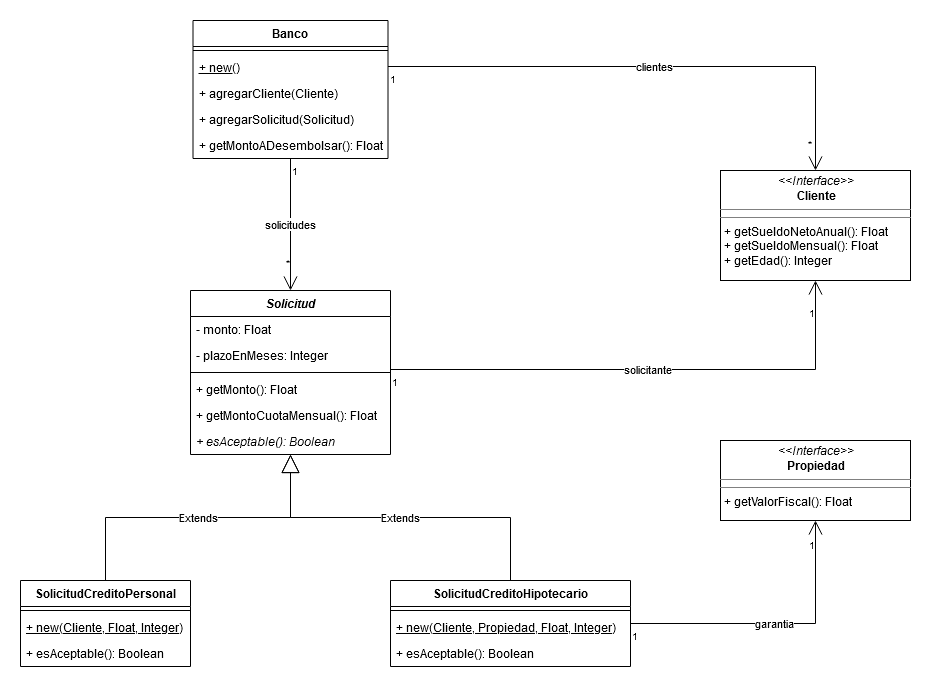
Above: docs/tp05_solid/uml-02-sistema-bancario.png in pablospizzamiglio/unq-po2 (draw.io), before the change. Source tidied: cells renumbered, new cells last; positions are measured from the earlier drawing's top-left corner, leaving out a move shared by most shapes.
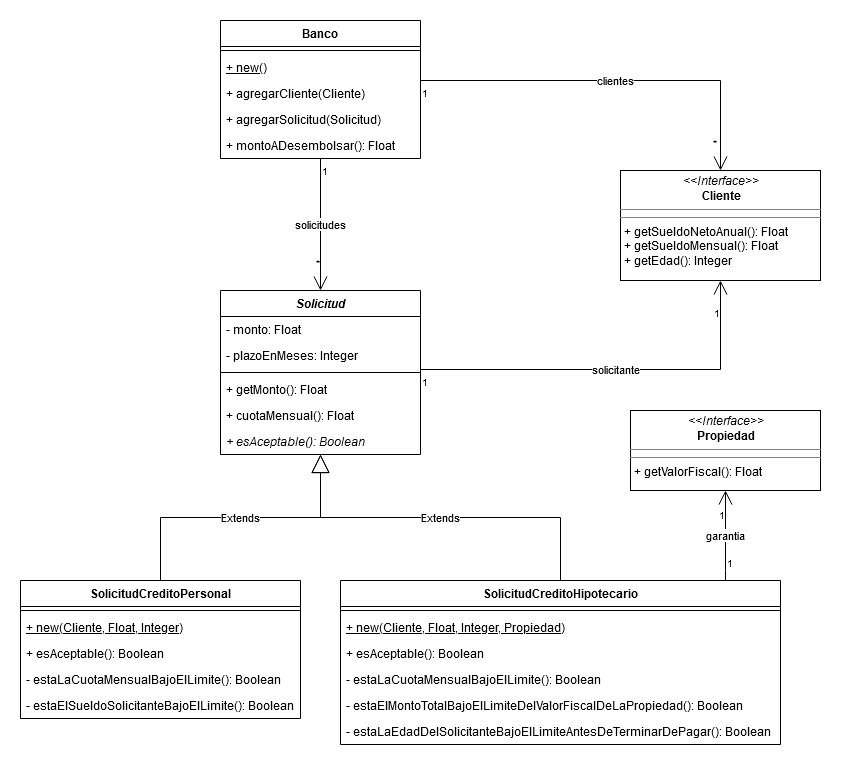
Above is the later version.

Diff of the diagram source:
```diff
@@ -2,10 +2,31 @@
   <root>
     <mxCell id="0" />
     <mxCell id="1" parent="0" />
+    <mxCell id="18" value="SolicitudCreditoHipotecario" style="swimlane;fontStyle=1;align=center;verticalAlign=top;horizontal=1;startSize=26;" parent="1" vertex="1">
+      <mxGeometry x="320" y="560" width="440" height="164" as="geometry" />
+    </mxCell>
+    <mxCell id="19" style="line;strokeWidth=1;fillColor=none;align=left;verticalAlign=middle;spacingTop=-1;spacingLeft=3;spacingRight=3;labelPosition=right;" parent="18" vertex="1">
+      <mxGeometry y="26" width="440" height="8" as="geometry" />
+    </mxCell>
+    <mxCell id="20" value="+ new(Cliente, Float, Integer, Propiedad)" style="text;strokeColor=none;fillColor=none;align=left;verticalAlign=top;spacingLeft=4;spacingRight=4;overflow=hidden;fontStyle=4;" parent="18" vertex="1">
+      <mxGeometry y="34" width="440" height="26" as="geometry" />
+    </mxCell>
+    <mxCell id="21" value="+ esAceptable(): Boolean" style="text;strokeColor=none;fillColor=none;align=left;verticalAlign=top;spacingLeft=4;spacingRight=4;overflow=hidden;" parent="18" vertex="1">
+      <mxGeometry y="60" width="440" height="26" as="geometry" />
+    </mxCell>
+    <mxCell id="39" value="- estaLaCuotaMensualBajoElLimite(): Boolean" style="text;strokeColor=none;fillColor=none;align=left;verticalAlign=top;spacingLeft=4;spacingRight=4;overflow=hidden;" parent="18" vertex="1">
+      <mxGeometry y="86" width="440" height="26" as="geometry" />
+    </mxCell>
+    <mxCell id="40" value="- estaElMontoTotalBajoElLimiteDelValorFiscalDeLaPropiedad(): Boolean" style="text;strokeColor=none;fillColor=none;align=left;verticalAlign=top;spacingLeft=4;spacingRight=4;overflow=hidden;" parent="18" vertex="1">
+      <mxGeometry y="112" width="440" height="26" as="geometry" />
+    </mxCell>
+    <mxCell id="41" value="- estaLaEdadDelSolicitanteBajoElLimiteAntesDeTerminarDePagar(): Boolean" style="text;strokeColor=none;fillColor=none;align=left;verticalAlign=top;spacingLeft=4;spacingRight=4;overflow=hidden;" parent="18" vertex="1">
+      <mxGeometry y="138" width="440" height="26" as="geometry" />
+    </mxCell>
     <mxCell id="2" value="clientes" style="endArrow=open;html=1;endSize=12;startArrow=none;startSize=14;startFill=0;edgeStyle=orthogonalEdgeStyle;rounded=0;" parent="1" edge="1" source="26" target="16">
       <mxGeometry relative="1" as="geometry">
         <Array as="points">
-          <mxPoint x="795" y="46" />
+          <mxPoint x="700" y="60" />
         </Array>
       </mxGeometry>
     </mxCell>
@@ -20,7 +41,7 @@
     <mxCell id="5" value="solicitante" style="endArrow=open;html=1;endSize=12;startArrow=none;startSize=14;startFill=0;edgeStyle=orthogonalEdgeStyle;rounded=0;" parent="1" edge="1" source="32" target="16">
       <mxGeometry relative="1" as="geometry">
         <Array as="points">
-          <mxPoint x="795" y="349" />
+          <mxPoint x="700" y="349" />
         </Array>
       </mxGeometry>
     </mxCell>
@@ -33,10 +54,17 @@
       </mxGeometry>
     </mxCell>
     <mxCell id="8" value="garantia" style="endArrow=open;html=1;endSize=12;startArrow=none;startSize=14;startFill=0;edgeStyle=orthogonalEdgeStyle;rounded=0;" parent="1" edge="1" source="18" target="17">
-      <mxGeometry relative="1" as="geometry" />
+      <mxGeometry relative="1" as="geometry">
+        <Array as="points">
+          <mxPoint x="705" y="550" />
+          <mxPoint x="705" y="550" />
+        </Array>
+      </mxGeometry>
     </mxCell>
     <mxCell id="9" value="1" style="html=1;align=left;verticalAlign=top;labelBackgroundColor=#ffffff;fontSize=10;" parent="8" vertex="1">
-      <mxGeometry x="-1" relative="1" as="geometry" />
+      <mxGeometry x="-1" relative="1" as="geometry">
+        <mxPoint y="-30" as="offset" />
+      </mxGeometry>
     </mxCell>
     <mxCell id="10" value="1" style="html=1;align=right;verticalAlign=top;labelBackgroundColor=#ffffff;fontSize=10;" parent="8" vertex="1">
       <mxGeometry x="1" relative="1" as="geometry">
@@ -61,55 +89,31 @@
       </mxGeometry>
     </mxCell>
     <mxCell id="16" value="&lt;p style=&quot;margin: 0px ; margin-top: 4px ; text-align: center&quot;&gt;&lt;i&gt;&amp;lt;&amp;lt;Interface&amp;gt;&amp;gt;&lt;/i&gt;&lt;br&gt;&lt;b&gt;Cliente&lt;/b&gt;&lt;/p&gt;&lt;hr size=&quot;1&quot;&gt;&lt;hr size=&quot;1&quot;&gt;&lt;p style=&quot;margin: 0px ; margin-left: 4px&quot;&gt;+ getSueldoNetoAnual(): Float&lt;/p&gt;&lt;p style=&quot;margin: 0px ; margin-left: 4px&quot;&gt;+ getSueldoMensual(): Float&lt;/p&gt;&lt;p style=&quot;margin: 0px ; margin-left: 4px&quot;&gt;+ getEdad(): Integer&lt;/p&gt;" style="verticalAlign=top;align=left;overflow=fill;fontSize=12;fontFamily=Helvetica;html=1;" parent="1" vertex="1">
-      <mxGeometry x="700" y="150" width="190" height="110" as="geometry" />
+      <mxGeometry x="600" y="150" width="200" height="110" as="geometry" />
     </mxCell>
     <mxCell id="17" value="&lt;p style=&quot;margin: 0px ; margin-top: 4px ; text-align: center&quot;&gt;&lt;i&gt;&amp;lt;&amp;lt;Interface&amp;gt;&amp;gt;&lt;/i&gt;&lt;br&gt;&lt;b&gt;Propiedad&lt;/b&gt;&lt;/p&gt;&lt;hr size=&quot;1&quot;&gt;&lt;hr size=&quot;1&quot;&gt;&lt;p style=&quot;margin: 0px ; margin-left: 4px&quot;&gt;+ getValorFiscal(): Float&lt;br&gt;&lt;/p&gt;" style="verticalAlign=top;align=left;overflow=fill;fontSize=12;fontFamily=Helvetica;html=1;" parent="1" vertex="1">
-      <mxGeometry x="700" y="420" width="190" height="80" as="geometry" />
+      <mxGeometry x="610" y="390" width="190" height="80" as="geometry" />
     </mxCell>
-    <mxCell id="18" value="SolicitudCreditoHipotecario" style="swimlane;fontStyle=1;align=center;verticalAlign=top;horizontal=1;startSize=26;" parent="1" vertex="1">
-      <mxGeometry x="370" y="560" width="240" height="86" as="geometry" />
-    </mxCell>
-    <mxCell id="19" style="line;strokeWidth=1;fillColor=none;align=left;verticalAlign=middle;spacingTop=-1;spacingLeft=3;spacingRight=3;labelPosition=right;" parent="18" vertex="1">
-      <mxGeometry y="26" width="240" height="8" as="geometry" />
-    </mxCell>
-    <mxCell id="20" value="+ new(Cliente, Propiedad, Float, Integer)" style="text;strokeColor=none;fillColor=none;align=left;verticalAlign=top;spacingLeft=4;spacingRight=4;overflow=hidden;fontStyle=4;" parent="18" vertex="1">
-      <mxGeometry y="34" width="240" height="26" as="geometry" />
-    </mxCell>
-    <mxCell id="21" value="+ esAceptable(): Boolean" style="text;strokeColor=none;fillColor=none;align=left;verticalAlign=top;spacingLeft=4;spacingRight=4;overflow=hidden;" parent="18" vertex="1">
-      <mxGeometry y="60" width="240" height="26" as="geometry" />
-    </mxCell>
     <mxCell id="22" value="SolicitudCreditoPersonal" style="swimlane;fontStyle=1;align=center;verticalAlign=top;horizontal=1;startSize=26;" parent="1" vertex="1">
-      <mxGeometry y="560" width="170" height="86" as="geometry" />
+      <mxGeometry y="560" width="280" height="138" as="geometry" />
     </mxCell>
     <mxCell id="23" style="line;strokeWidth=1;fillColor=none;align=left;verticalAlign=middle;spacingTop=-1;spacingLeft=3;spacingRight=3;labelPosition=right;" parent="22" vertex="1">
-      <mxGeometry y="26" width="170" height="8" as="geometry" />
+      <mxGeometry y="26" width="280" height="8" as="geometry" />
     </mxCell>
     <mxCell id="24" value="+ new(Cliente, Float, Integer)" style="text;strokeColor=none;fillColor=none;align=left;verticalAlign=top;spacingLeft=4;spacingRight=4;overflow=hidden;fontStyle=4;" parent="22" vertex="1">
-      <mxGeometry y="34" width="170" height="26" as="geometry" />
+      <mxGeometry y="34" width="280" height="26" as="geometry" />
     </mxCell>
     <mxCell id="25" value="+ esAceptable(): Boolean" style="text;strokeColor=none;fillColor=none;align=left;verticalAlign=top;spacingLeft=4;spacingRight=4;overflow=hidden;" parent="22" vertex="1">
-      <mxGeometry y="60" width="170" height="26" as="geometry" />
+      <mxGeometry y="60" width="280" height="26" as="geometry" />
     </mxCell>
-    <mxCell id="26" value="Banco" style="swimlane;fontStyle=1;align=center;verticalAlign=top;horizontal=1;startSize=26;" parent="1" vertex="1">
-      <mxGeometry x="172.5" width="195" height="138" as="geometry" />
-    </mxCell>
-    <mxCell id="27" style="line;strokeWidth=1;fillColor=none;align=left;verticalAlign=middle;spacingTop=-1;spacingLeft=3;spacingRight=3;labelPosition=right;" parent="26" vertex="1">
-      <mxGeometry y="26" width="195" height="8" as="geometry" />
-    </mxCell>
-    <mxCell id="28" value="+ new()" style="text;strokeColor=none;fillColor=none;align=left;verticalAlign=top;spacingLeft=4;spacingRight=4;overflow=hidden;fontStyle=4;" parent="26" vertex="1">
-      <mxGeometry y="34" width="195" height="26" as="geometry" />
-    </mxCell>
-    <mxCell id="29" value="+ agregarCliente(Cliente)" style="text;strokeColor=none;fillColor=none;align=left;verticalAlign=top;spacingLeft=4;spacingRight=4;overflow=hidden;" parent="26" vertex="1">
-      <mxGeometry y="60" width="195" height="26" as="geometry" />
-    </mxCell>
-    <mxCell id="30" value="+ agregarSolicitud(Solicitud)" style="text;strokeColor=none;fillColor=none;align=left;verticalAlign=top;spacingLeft=4;spacingRight=4;overflow=hidden;" parent="26" vertex="1">
-      <mxGeometry y="86" width="195" height="26" as="geometry" />
-    </mxCell>
-    <mxCell id="31" value="+ getMontoADesembolsar(): Float" style="text;strokeColor=none;fillColor=none;align=left;verticalAlign=top;spacingLeft=4;spacingRight=4;overflow=hidden;" parent="26" vertex="1">
-      <mxGeometry y="112" width="195" height="26" as="geometry" />
-    </mxCell>
+    <mxCell id="42" value="- estaLaCuotaMensualBajoElLimite(): Boolean" style="text;strokeColor=none;fillColor=none;align=left;verticalAlign=top;spacingLeft=4;spacingRight=4;overflow=hidden;" parent="22" vertex="1">
+      <mxGeometry y="86" width="280" height="26" as="geometry" />
+    </mxCell>
+    <mxCell id="43" value="- estaElSueldoSolicitanteBajoElLimite(): Boolean" style="text;strokeColor=none;fillColor=none;align=left;verticalAlign=top;spacingLeft=4;spacingRight=4;overflow=hidden;" parent="22" vertex="1">
+      <mxGeometry y="112" width="280" height="26" as="geometry" />
+    </mxCell>
     <mxCell id="32" value="Solicitud" style="swimlane;fontStyle=3;align=center;verticalAlign=top;horizontal=1;startSize=26;" parent="1" vertex="1">
-      <mxGeometry x="170" y="270" width="200" height="164" as="geometry" />
+      <mxGeometry x="200" y="270" width="200" height="164" as="geometry" />
     </mxCell>
     <mxCell id="33" value="- monto: Float" style="text;strokeColor=none;fillColor=none;align=left;verticalAlign=top;spacingLeft=4;spacingRight=4;overflow=hidden;" parent="32" vertex="1">
       <mxGeometry y="26" width="200" height="26" as="geometry" />
@@ -123,11 +127,29 @@
     <mxCell id="36" value="+ getMonto(): Float" style="text;strokeColor=none;fillColor=none;align=left;verticalAlign=top;spacingLeft=4;spacingRight=4;overflow=hidden;" parent="32" vertex="1">
       <mxGeometry y="86" width="200" height="26" as="geometry" />
     </mxCell>
-    <mxCell id="37" value="+ getMontoCuotaMensual(): Float" style="text;strokeColor=none;fillColor=none;align=left;verticalAlign=top;spacingLeft=4;spacingRight=4;overflow=hidden;" parent="32" vertex="1">
+    <mxCell id="37" value="+ cuotaMensual(): Float" style="text;strokeColor=none;fillColor=none;align=left;verticalAlign=top;spacingLeft=4;spacingRight=4;overflow=hidden;" parent="32" vertex="1">
       <mxGeometry y="112" width="200" height="26" as="geometry" />
     </mxCell>
     <mxCell id="38" value="+ esAceptable(): Boolean" style="text;strokeColor=none;fillColor=none;align=left;verticalAlign=top;spacingLeft=4;spacingRight=4;overflow=hidden;fontStyle=2;" parent="32" vertex="1">
       <mxGeometry y="138" width="200" height="26" as="geometry" />
     </mxCell>
+    <mxCell id="26" value="Banco" style="swimlane;fontStyle=1;align=center;verticalAlign=top;horizontal=1;startSize=26;" parent="1" vertex="1">
+      <mxGeometry x="200" width="200" height="138" as="geometry" />
+    </mxCell>
+    <mxCell id="27" style="line;strokeWidth=1;fillColor=none;align=left;verticalAlign=middle;spacingTop=-1;spacingLeft=3;spacingRight=3;labelPosition=right;" parent="26" vertex="1">
+      <mxGeometry y="26" width="200" height="8" as="geometry" />
+    </mxCell>
+    <mxCell id="28" value="+ new()" style="text;strokeColor=none;fillColor=none;align=left;verticalAlign=top;spacingLeft=4;spacingRight=4;overflow=hidden;fontStyle=4;" parent="26" vertex="1">
+      <mxGeometry y="34" width="200" height="26" as="geometry" />
+    </mxCell>
+    <mxCell id="29" value="+ agregarCliente(Cliente)" style="text;strokeColor=none;fillColor=none;align=left;verticalAlign=top;spacingLeft=4;spacingRight=4;overflow=hidden;" parent="26" vertex="1">
+      <mxGeometry y="60" width="200" height="26" as="geometry" />
+    </mxCell>
+    <mxCell id="30" value="+ agregarSolicitud(Solicitud)" style="text;strokeColor=none;fillColor=none;align=left;verticalAlign=top;spacingLeft=4;spacingRight=4;overflow=hidden;" parent="26" vertex="1">
+      <mxGeometry y="86" width="200" height="26" as="geometry" />
+    </mxCell>
+    <mxCell id="31" value="+ montoADesembolsar(): Float" style="text;strokeColor=none;fillColor=none;align=left;verticalAlign=top;spacingLeft=4;spacingRight=4;overflow=hidden;" parent="26" vertex="1">
+      <mxGeometry y="112" width="200" height="26" as="geometry" />
+    </mxCell>
   </root>
 </mxGraphModel>
```
